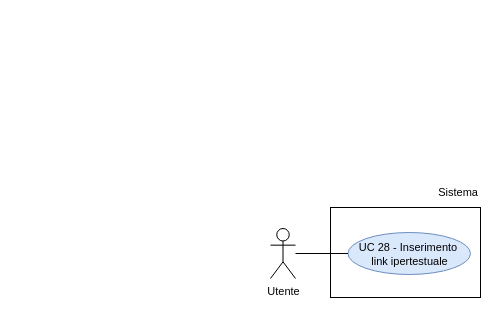
thebitless-group-swe/thebitless.github.io keeps this draw.io diagram as RTB/doc_esterna/analisi-dei-requisiti/assets/draw.io/UC28.drawio. Above is the earlier version. Source tidied: cells renumbered, new cells numbered last; positions are measured from the earlier drawing's top-left corner, leaving out a move shared by most shapes. Both pictures are drawn from the tidied source at 100%, with x=0, y=0 at pixel (270, 177).
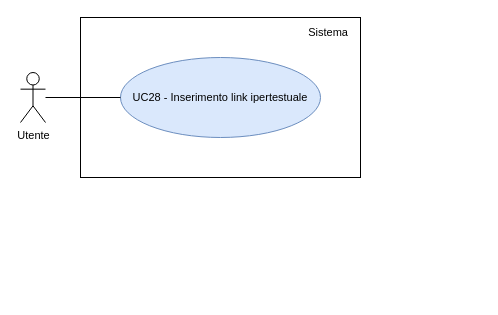
Above is the later version.

The edit, as a diff of the source:
```diff
@@
 <mxGraphModel>
   <root>
     <mxCell id="0" />
     <mxCell id="1" parent="0" />
     <mxCell id="2" value="Utente" style="shape=umlActor;verticalLabelPosition=bottom;verticalAlign=top;html=1;outlineConnect=0;fontSize=11;" parent="1" vertex="1">
-      <mxGeometry y="51" width="25" height="50" as="geometry" />
+      <mxGeometry x="-250" y="-105" width="25" height="50" as="geometry" />
     </mxCell>
-    <mxCell id="3" style="rounded=0;whiteSpace=wrap;html=1;strokeWidth=1;" parent="1" vertex="1">
-      <mxGeometry x="60" y="30" width="150" height="90" as="geometry" />
-    </mxCell>
+    <mxCell id="8" style="rounded=0;whiteSpace=wrap;html=1;strokeWidth=1;" parent="1" vertex="1">
+      <mxGeometry x="-190" y="-160" width="280" height="160" as="geometry" />
+    </mxCell>
     <mxCell id="4" value="Sistema" style="text;html=1;whiteSpace=wrap;strokeColor=none;fillColor=none;align=right;verticalAlign=middle;fontSize=11;" parent="1" vertex="1">
-      <mxGeometry x="150" width="60" height="30" as="geometry" />
+      <mxGeometry x="10" y="-155" width="70" height="20" as="geometry" />
     </mxCell>
-    <mxCell id="5" value="UC 28 - Inserimento&amp;nbsp; link ipertestuale" style="ellipse;whiteSpace=wrap;html=1;fillColor=#dae8fc;strokeColor=#6c8ebf;fontSize=11;convertToSvg=1;svgWhiteSpace=wrap;labelBorderColor=none;labelBackgroundColor=none;spacingBottom=-2;" parent="1" vertex="1">
-      <mxGeometry x="77.5" y="55" width="122.5" height="42" as="geometry" />
-    </mxCell>
-    <mxCell id="6" style="edgeStyle=none;rounded=0;jettySize=auto;html=1;endArrow=none;endFill=0;" parent="1" edge="1" source="2" target="5">
-      <mxGeometry relative="1" as="geometry" />
-    </mxCell>
-    <mxCell id="7" style="edgeStyle=orthogonalEdgeStyle;rounded=0;orthogonalLoop=1;jettySize=auto;html=1;exitX=0.5;exitY=1;exitDx=0;exitDy=0;" parent="1" edge="1" source="4" target="4">
-      <mxGeometry relative="1" as="geometry" />
-    </mxCell>
+    <mxCell id="9" value="UC28 - Inserimento link ipertestuale" style="ellipse;whiteSpace=wrap;html=1;fillColor=#dae8fc;strokeColor=#6c8ebf;fontSize=11;" parent="1" vertex="1">
+      <mxGeometry x="-150" y="-120" width="200" height="80" as="geometry" />
+    </mxCell>
+    <mxCell id="10" style="edgeStyle=none;rounded=0;jettySize=auto;html=1;endArrow=none;endFill=0;" parent="1" edge="1" source="2" target="9">
+      <mxGeometry relative="1" as="geometry" />
+    </mxCell>
   </root>
 </mxGraphModel>
```
